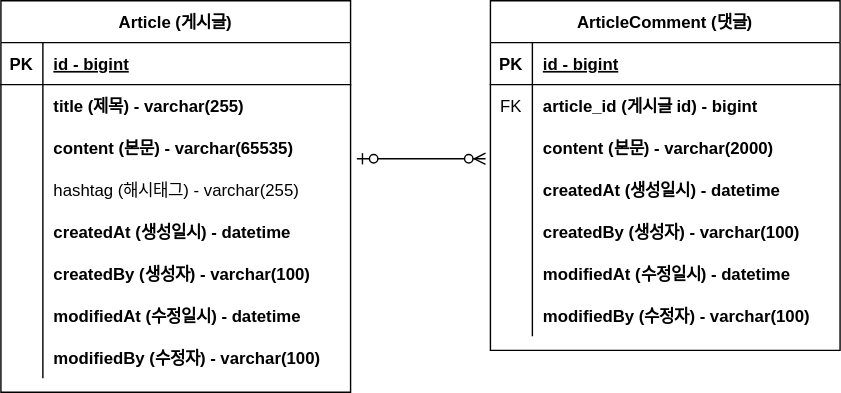
dev-dykim/fastcampus-project-board-prac1 keeps this draw.io diagram as document/project-board-erd.svg. Above is the earlier version. Source tidied: cells renumbered, new cells last; positions are measured from the earlier drawing's top-left corner, leaving out a move shared by most shapes.
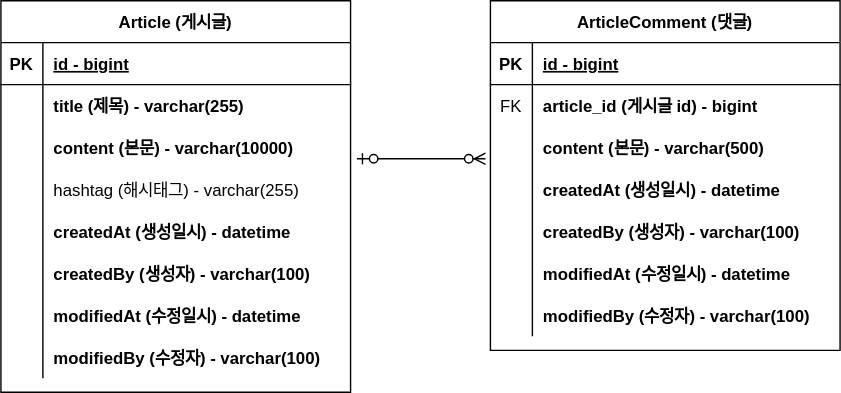
The same file after the commit.

Commit message:
#11 - erd 업데이트: content 사이즈 변경

The edit, as a diff of the source:
```diff
@@ -29,7 +29,7 @@
     <mxCell id="10" style="shape=partialRectangle;overflow=hidden;fillColor=none;top=0;left=0;bottom=0;right=0;" parent="9" vertex="1">
       <mxGeometry width="30" height="30" as="geometry" />
     </mxCell>
-    <mxCell id="11" value="content (본문) - varchar(65535)" style="shape=partialRectangle;overflow=hidden;fillColor=none;top=0;left=0;bottom=0;right=0;align=left;spacingLeft=6;fontStyle=1;" parent="9" vertex="1">
+    <mxCell id="11" value="content (본문) - varchar(10000)" style="shape=partialRectangle;overflow=hidden;fillColor=none;top=0;left=0;bottom=0;right=0;align=left;spacingLeft=6;fontStyle=1;" parent="9" vertex="1">
       <mxGeometry x="30" width="220" height="30" as="geometry" />
     </mxCell>
     <mxCell id="12" style="shape=partialRectangle;fillColor=none;top=0;left=0;right=0;bottom=0;" parent="2" vertex="1">
@@ -107,7 +107,7 @@
     <mxCell id="36" style="shape=partialRectangle;overflow=hidden;fillColor=none;top=0;left=0;bottom=0;right=0;" parent="35" vertex="1">
       <mxGeometry width="30" height="30" as="geometry" />
     </mxCell>
-    <mxCell id="37" value="content (본문) - varchar(2000)" style="shape=partialRectangle;overflow=hidden;fillColor=none;top=0;left=0;bottom=0;right=0;align=left;spacingLeft=6;fontStyle=1;" parent="35" vertex="1">
+    <mxCell id="37" value="content (본문) - varchar(500)" style="shape=partialRectangle;overflow=hidden;fillColor=none;top=0;left=0;bottom=0;right=0;align=left;spacingLeft=6;fontStyle=1;" parent="35" vertex="1">
       <mxGeometry x="30" width="220" height="30" as="geometry" />
     </mxCell>
     <mxCell id="38" style="shape=partialRectangle;fillColor=none;top=0;left=0;right=0;bottom=0;" parent="28" vertex="1">
```
